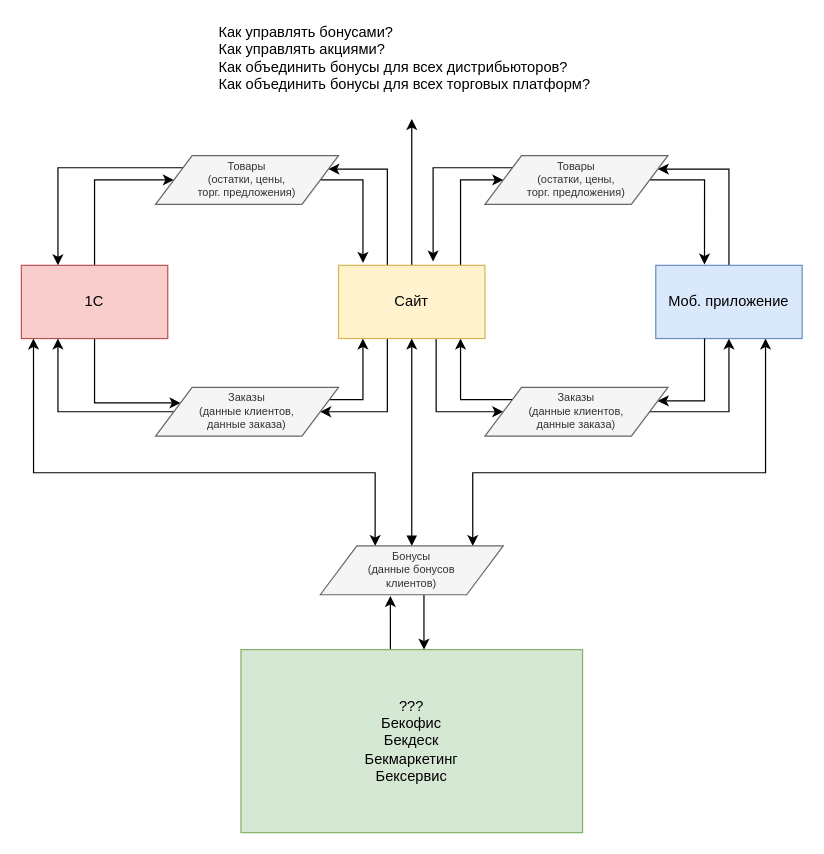
prgrant/draw.io keeps this draw.io diagram as Untitled Diagram.drawio. Above is the earlier version. Source tidied: cells renumbered, new cells numbered last; positions are measured from the earlier drawing's top-left corner, leaving out a move shared by most shapes. Both pictures are drawn from the tidied source at 122%, with x=0, y=0 at pixel (21, 21).
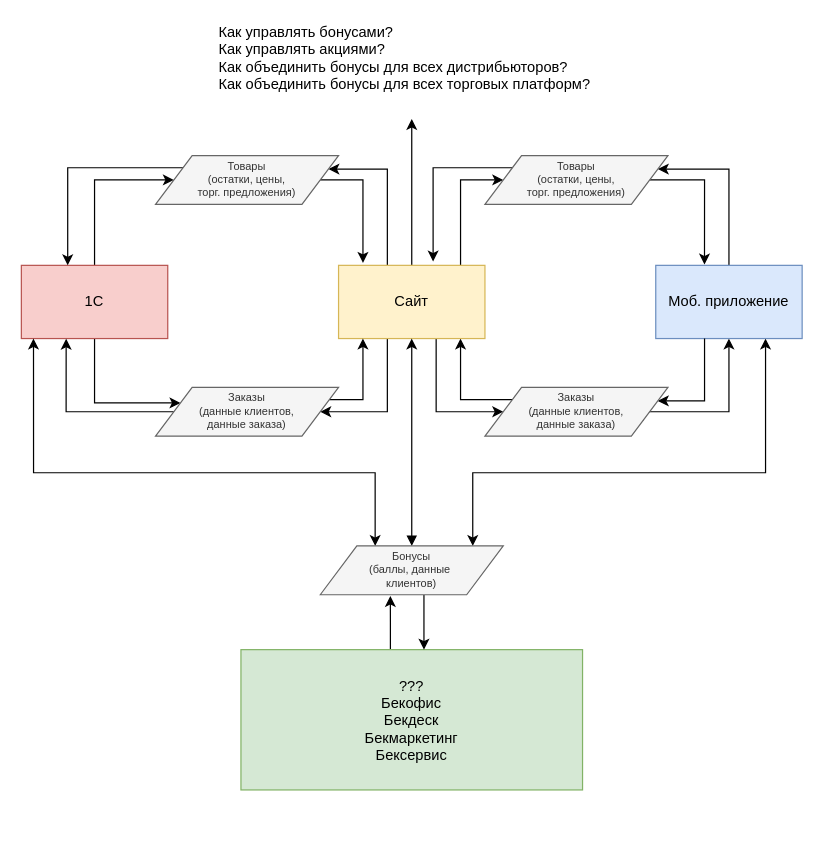
After the change.

The change refers to these unchanged cells:
```xml
<mxCell id="5" value="1C" style="rounded=0;whiteSpace=wrap;html=1;fillColor=#f8cecc;strokeColor=#b85450;" parent="1" vertex="1">
  <mxGeometry y="200" width="120" height="60" as="geometry" />
</mxCell>
<mxCell id="19" value="&lt;span&gt;Товары &lt;br&gt;(остатки, цены, &lt;br&gt;торг. предложения)&lt;/span&gt;" style="shape=parallelogram;perimeter=parallelogramPerimeter;whiteSpace=wrap;html=1;fontSize=9;fillColor=#f5f5f5;strokeColor=#666666;fontColor=#333333;" parent="1" vertex="1">
  <mxGeometry x="110" y="110" width="150" height="40" as="geometry" />
</mxCell>
<mxCell id="22" value="&lt;span&gt;Заказы &lt;br&gt;(данные клиентов, &lt;br&gt;данные заказа)&lt;/span&gt;" style="shape=parallelogram;perimeter=parallelogramPerimeter;whiteSpace=wrap;html=1;fontSize=9;fillColor=#f5f5f5;strokeColor=#666666;fontColor=#333333;" parent="1" vertex="1">
  <mxGeometry x="110" y="300" width="150" height="40" as="geometry" />
</mxCell>
```

Change to the diagram source:
```diff
@@
-    <mxCell id="18" style="edgeStyle=orthogonalEdgeStyle;rounded=0;jettySize=auto;html=1;fontSize=9;entryX=0.25;entryY=0;entryDx=0;entryDy=0;" parent="1" edge="1" source="19" target="5">
+    <mxCell id="18" style="edgeStyle=orthogonalEdgeStyle;rounded=0;jettySize=auto;html=1;fontSize=9;" parent="1" edge="1" source="19">
       <mxGeometry relative="1" as="geometry">
+        <mxPoint x="38" y="200" as="targetPoint" />
         <Array as="points">
-          <mxPoint x="30" y="120" />
+          <mxPoint x="38" y="120" />
         </Array>
       </mxGeometry>
     </mxCell>
@@
-    <mxCell id="20" style="edgeStyle=orthogonalEdgeStyle;rounded=0;jettySize=auto;html=1;fontSize=9;entryX=0.25;entryY=1;entryDx=0;entryDy=0;" parent="1" edge="1" source="22" target="5">
+    <mxCell id="20" style="edgeStyle=orthogonalEdgeStyle;rounded=0;jettySize=auto;html=1;fontSize=9;entryX=0.306;entryY=1.003;entryDx=0;entryDy=0;entryPerimeter=0;" parent="1" edge="1" source="22" target="5">
       <mxGeometry relative="1" as="geometry">
         <Array as="points">
-          <mxPoint x="30" y="320" />
+          <mxPoint x="37" y="320" />
         </Array>
       </mxGeometry>
     </mxCell>
@@
     <mxCell id="24" value="???&lt;br style=&quot;font-size: 12px;&quot;&gt;Бекофис&lt;br style=&quot;font-size: 12px;&quot;&gt;Бекдеск&lt;br style=&quot;font-size: 12px;&quot;&gt;Бекмаркетинг&lt;br style=&quot;font-size: 12px;&quot;&gt;Бексервис" style="rounded=0;whiteSpace=wrap;html=1;fontSize=12;fillColor=#d5e8d4;strokeColor=#82b366;" parent="1" vertex="1">
-      <mxGeometry x="180" y="515" width="280" height="150" as="geometry" />
+      <mxGeometry x="180" y="515" width="280" height="115" as="geometry" />
     </mxCell>
@@
-    <mxCell id="33" value="&lt;span&gt;Бонусы&lt;br&gt;(данные бонусов &lt;br&gt;клиентов)&lt;/span&gt;" style="shape=parallelogram;perimeter=parallelogramPerimeter;whiteSpace=wrap;html=1;fontSize=9;fillColor=#f5f5f5;strokeColor=#666666;fontColor=#333333;" parent="1" vertex="1">
+    <mxCell id="33" value="&lt;span&gt;Бонусы&lt;br&gt;(баллы, данные&amp;nbsp;&lt;br&gt;клиентов)&lt;/span&gt;" style="shape=parallelogram;perimeter=parallelogramPerimeter;whiteSpace=wrap;html=1;fontSize=9;fillColor=#f5f5f5;strokeColor=#666666;fontColor=#333333;" parent="1" vertex="1">
       <mxGeometry x="245" y="430" width="150" height="40" as="geometry" />
     </mxCell>
```
